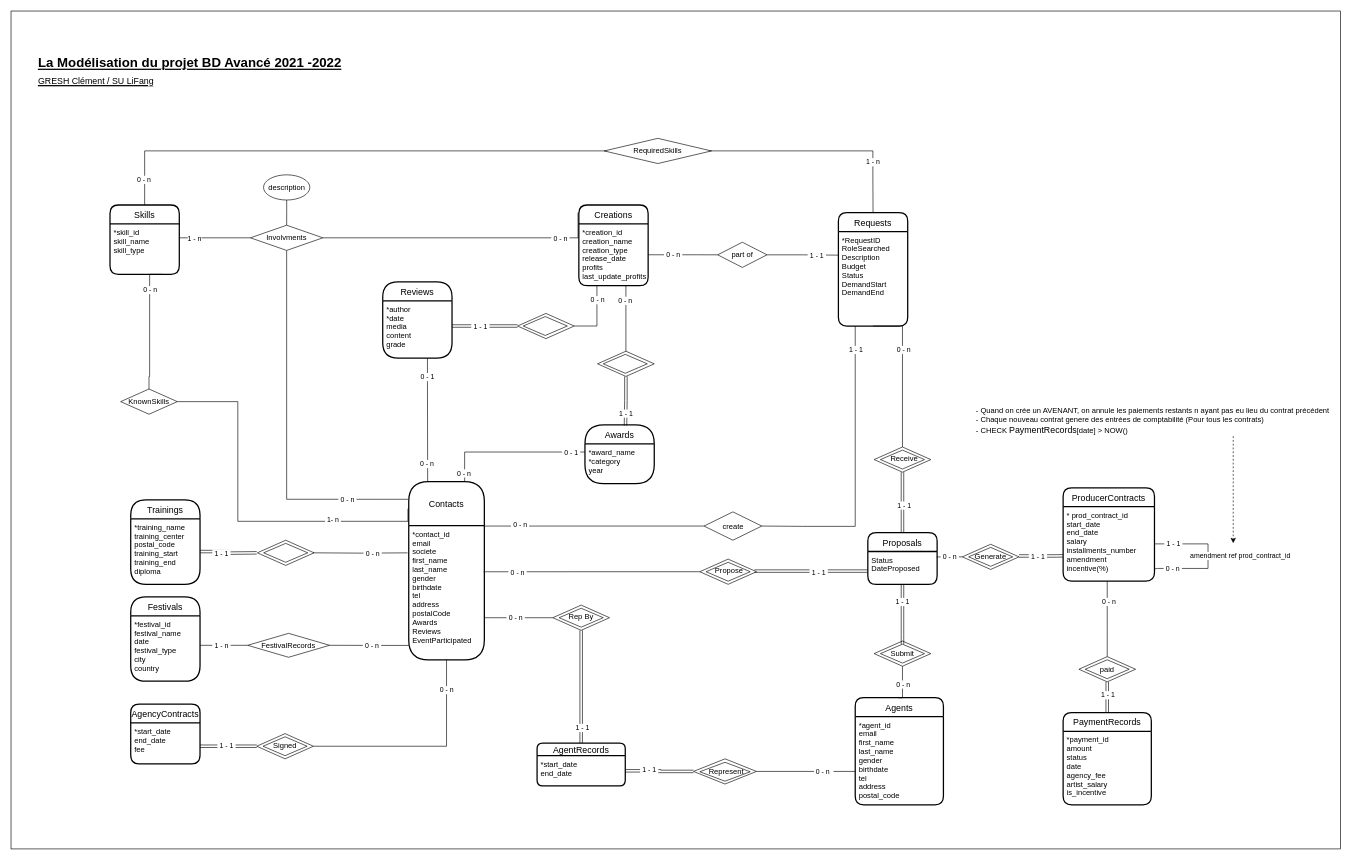
clement-gresh/M1-BDD_agence_artistique keeps this draw.io diagram as Modelisation/modelisation.drawio. Above is the earlier version. Source tidied: cells renumbered, new cells numbered last; positions are measured from the earlier drawing's top-left corner, leaving out a move shared by most shapes. Both pictures are drawn from the tidied source at 63%, with x=0, y=0 at pixel (11, 11).
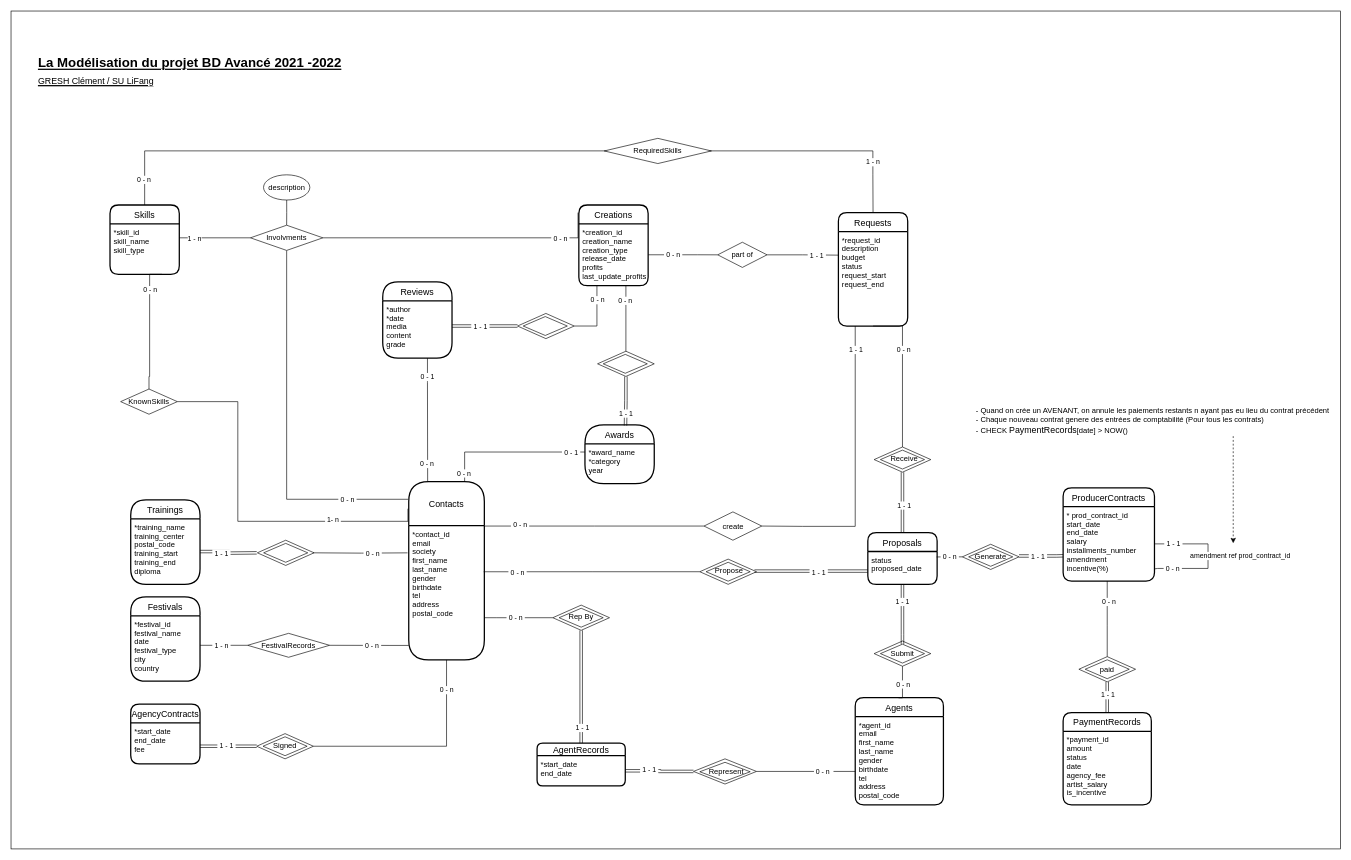
The same page after the edit.

Commit message:
Modelisation : convert en minuscule

Unchanged cells that the change refers to:
```xml
<mxCell id="7" value="Contacts" style="swimlane;horizontal=1;startSize=70;rounded=1;fontSize=14;fontStyle=0;strokeWidth=2;shadow=0;dashed=0;align=center;" parent="1" vertex="1">
  <mxGeometry x="631.3" y="747" width="120" height="283" as="geometry" />
</mxCell>
<mxCell id="19" value="Requests" style="swimlane;horizontal=1;startSize=30;rounded=1;fontSize=14;fontStyle=0;strokeWidth=2;shadow=0;dashed=0;align=center;" parent="1" vertex="1">
  <mxGeometry x="1313.3" y="320" width="110" height="180" as="geometry" />
</mxCell>
<mxCell id="72" value="Proposals" style="swimlane;horizontal=1;startSize=30;rounded=1;fontSize=14;fontStyle=0;strokeWidth=2;shadow=0;dashed=0;align=center;" parent="1" vertex="1">
  <mxGeometry x="1360" y="827.9" width="110" height="82.2" as="geometry" />
</mxCell>
```

Diff of the diagram source:
```diff
@@
-    <mxCell id="8" value="*contact_id&#10;email&#10;societe&#10;first_name&#10;last_name&#10;gender&#10;birthdate&#10;tel&#10;address&#10;postalCode&#10;Awards&#10;Reviews&#10;EventParticipated&#10;&#10;" style="align=left;strokeColor=none;fillColor=none;spacingLeft=4;fontSize=12;verticalAlign=top;" parent="7" vertex="1">
+    <mxCell id="8" value="*contact_id&#10;email&#10;society&#10;first_name&#10;last_name&#10;gender&#10;birthdate&#10;tel&#10;address&#10;postal_code&#10;&#10;" style="align=left;strokeColor=none;fillColor=none;spacingLeft=4;fontSize=12;verticalAlign=top;" parent="7" vertex="1">
       <mxGeometry y="70" width="120" height="213" as="geometry" />
     </mxCell>
@@
-    <mxCell id="20" value="*RequestID&#10;RoleSearched&#10;Description&#10;Budget&#10;Status&#10;DemandStart&#10;DemandEnd&#10;" style="align=left;strokeColor=none;fillColor=none;spacingLeft=4;fontSize=12;verticalAlign=top;" parent="19" vertex="1">
+    <mxCell id="20" value="*request_id&#10;description&#10;budget&#10;status&#10;request_start&#10;request_end&#10;" style="align=left;strokeColor=none;fillColor=none;spacingLeft=4;fontSize=12;verticalAlign=top;" parent="19" vertex="1">
       <mxGeometry y="30" width="110" height="150" as="geometry" />
     </mxCell>
@@
-    <mxCell id="73" value="Status&#10;DateProposed" style="align=left;strokeColor=none;fillColor=none;spacingLeft=4;fontSize=12;verticalAlign=top;" parent="72" vertex="1">
+    <mxCell id="73" value="status&#10;proposed_date" style="align=left;strokeColor=none;fillColor=none;spacingLeft=4;fontSize=12;verticalAlign=top;" parent="72" vertex="1">
       <mxGeometry y="30" width="110" height="52.2" as="geometry" />
     </mxCell>
```
